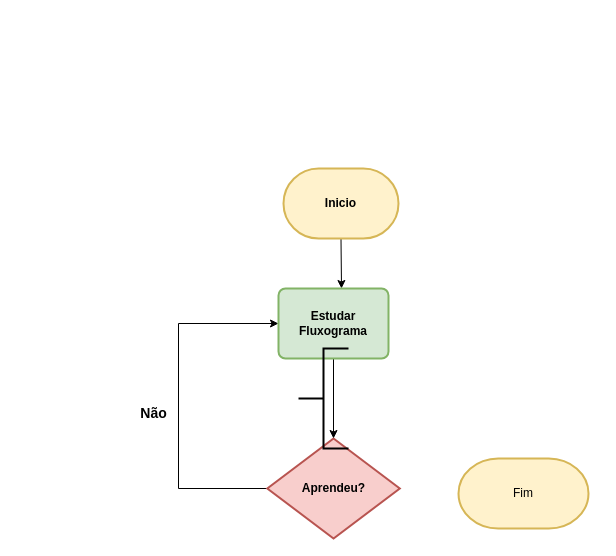
RenataFFC/Fluxograma keeps this draw.io diagram as Diagrama sem nome.drawio. Above is the earlier version. Source tidied: cells renumbered, new cells numbered last; positions are measured from the earlier drawing's top-left corner, leaving out a move shared by most shapes. Both pictures are drawn from the tidied source at 100%, with x=0, y=0 at pixel (128, 168).
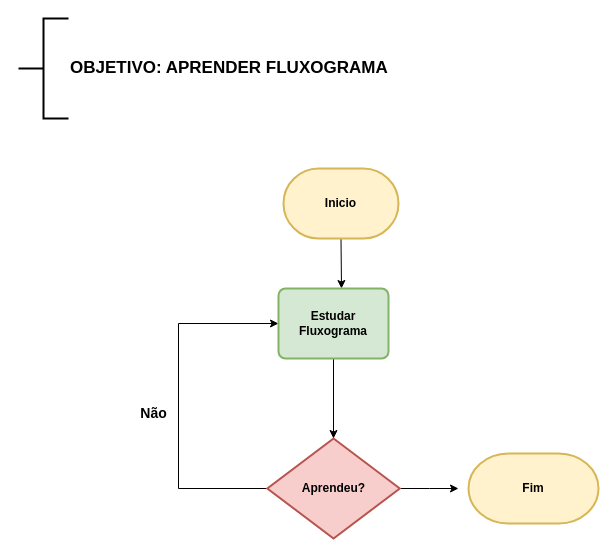
Above is the later version.

The edit, as a diff of the source:
```diff
@@
 <mxGraphModel>
   <root>
     <mxCell id="0" />
     <mxCell id="1" parent="0" />
     <mxCell id="2" style="edgeStyle=elbowEdgeStyle;rounded=0;jettySize=auto;html=1;exitX=0;exitY=0.5;exitDx=0;exitDy=0;exitPerimeter=0;" parent="1" edge="1" source="3" target="7">
       <mxGeometry relative="1" as="geometry">
         <Array as="points">
           <mxPoint x="50" y="230" />
         </Array>
       </mxGeometry>
     </mxCell>
+    <mxCell id="11" style="edgeStyle=elbowEdgeStyle;rounded=0;jettySize=auto;html=1;exitX=1;exitY=0.5;exitDx=0;exitDy=0;exitPerimeter=0;" parent="1" edge="1" source="3">
+      <mxGeometry relative="1" as="geometry">
+        <mxPoint x="330" y="320" as="targetPoint" />
+      </mxGeometry>
+    </mxCell>
     <mxCell id="3" value="&lt;b&gt;Aprendeu?&lt;/b&gt;" style="strokeWidth=2;html=1;shape=mxgraph.flowchart.decision;whiteSpace=wrap;fillColor=#f8cecc;strokeColor=#b85450;" parent="1" vertex="1">
       <mxGeometry x="138.8" y="270" width="132.5" height="100" as="geometry" />
     </mxCell>
     <mxCell id="4" style="edgeStyle=elbowEdgeStyle;rounded=0;jettySize=auto;html=1;exitX=0.5;exitY=1;exitDx=0;exitDy=0;exitPerimeter=0;" parent="1" edge="1" source="5" target="7">
       <mxGeometry relative="1" as="geometry" />
     </mxCell>
     <mxCell id="5" value="&lt;b&gt;Inicio&lt;/b&gt;" style="strokeWidth=2;html=1;shape=mxgraph.flowchart.terminator;whiteSpace=wrap;fillColor=#fff2cc;strokeColor=#d6b656;" parent="1" vertex="1">
       <mxGeometry x="155" width="115" height="70" as="geometry" />
     </mxCell>
     <mxCell id="6" style="edgeStyle=elbowEdgeStyle;rounded=0;jettySize=auto;html=1;entryX=0.5;entryY=0;entryDx=0;entryDy=0;entryPerimeter=0;" parent="1" edge="1" source="7" target="3">
       <mxGeometry relative="1" as="geometry" />
     </mxCell>
     <mxCell id="7" value="&lt;b&gt;Estudar Fluxograma&lt;/b&gt;" style="rounded=1;whiteSpace=wrap;html=1;absoluteArcSize=1;arcSize=14;strokeWidth=2;fillColor=#d5e8d4;strokeColor=#82b366;" parent="1" vertex="1">
       <mxGeometry x="150" y="120" width="110" height="70" as="geometry" />
     </mxCell>
     <mxCell id="8" value="&lt;b&gt;&lt;font style=&quot;font-size: 14px;&quot;&gt;Não&lt;/font&gt;&lt;/b&gt;" style="text;html=1;align=center;verticalAlign=middle;strokeColor=none;fillColor=none;" parent="1" vertex="1">
       <mxGeometry y="230" width="50" height="30" as="geometry" />
     </mxCell>
-    <mxCell id="9" value="Fim" style="strokeWidth=2;html=1;shape=mxgraph.flowchart.terminator;whiteSpace=wrap;fillColor=#fff2cc;strokeColor=#d6b656;" parent="1" vertex="1">
-      <mxGeometry x="330" y="290" width="130" height="70" as="geometry" />
+    <mxCell id="9" value="Fim" style="strokeWidth=2;html=1;shape=mxgraph.flowchart.terminator;whiteSpace=wrap;fillColor=#fff2cc;strokeColor=#d6b656;fontStyle=1;" parent="1" vertex="1">
+      <mxGeometry x="340" y="285" width="130" height="70" as="geometry" />
     </mxCell>
-    <mxCell id="10" style="strokeWidth=2;html=1;shape=mxgraph.flowchart.annotation_2;align=left;labelPosition=right;" parent="1" vertex="1">
-      <mxGeometry x="170" y="180" width="50" height="100" as="geometry" />
-    </mxCell>
+    <mxCell id="12" value="OBJETIVO: APRENDER FLUXOGRAMA" style="strokeWidth=2;html=1;shape=mxgraph.flowchart.annotation_2;align=left;labelPosition=right;fontStyle=1;fontSize=17;" parent="1" vertex="1">
+      <mxGeometry x="-110" y="-150" width="50" height="100" as="geometry" />
+    </mxCell>
   </root>
 </mxGraphModel>
```
